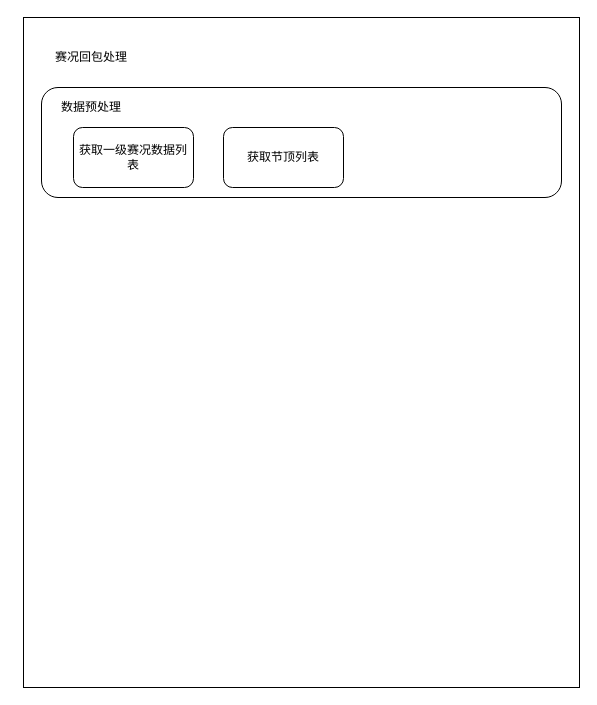
Above: Untitled Diagram.drawio in SGZoom/leetcode (draw.io), before the change. Source tidied: cells renumbered, new cells numbered last; positions are measured from the earlier drawing's top-left corner, leaving out a move shared by most shapes. Both pictures are drawn from the tidied source at 100%, with x=0, y=0 at pixel (17, 17).
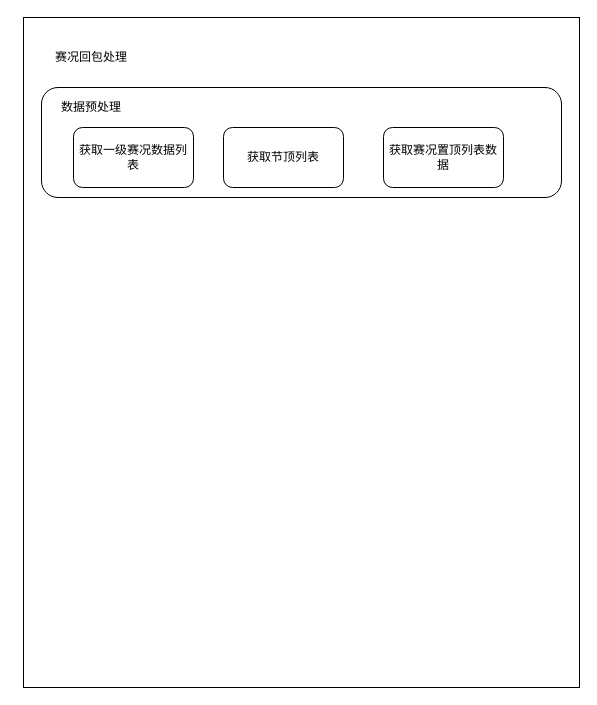
After the change.

Change to the diagram source:
```diff
@@
 <mxGraphModel>
   <root>
     <mxCell id="0" />
     <mxCell id="1" parent="0" />
     <mxCell id="2" style="rounded=0;whiteSpace=wrap;html=1;" parent="1" vertex="1">
       <mxGeometry x="6" width="556" height="670" as="geometry" />
     </mxCell>
     <mxCell id="3" value="赛况回包处理" style="text;html=1;strokeColor=none;fillColor=none;align=center;verticalAlign=middle;whiteSpace=wrap;rounded=0;" parent="1" vertex="1">
       <mxGeometry width="148" height="80" as="geometry" />
     </mxCell>
     <mxCell id="4" style="rounded=1;whiteSpace=wrap;html=1;" parent="1" vertex="1">
       <mxGeometry x="24" y="70" width="520" height="110" as="geometry" />
     </mxCell>
     <mxCell id="5" value="数据预处理" style="text;html=1;strokeColor=none;fillColor=none;align=center;verticalAlign=middle;whiteSpace=wrap;rounded=0;" parent="1" vertex="1">
       <mxGeometry x="38" y="80" width="72" height="20" as="geometry" />
     </mxCell>
     <mxCell id="6" value="获取一级赛况数据列表" style="rounded=1;whiteSpace=wrap;html=1;" parent="1" vertex="1">
       <mxGeometry x="56" y="110" width="120" height="60" as="geometry" />
     </mxCell>
     <mxCell id="7" value="获取节顶列表" style="rounded=1;whiteSpace=wrap;html=1;" parent="1" vertex="1">
       <mxGeometry x="206" y="110" width="120" height="60" as="geometry" />
     </mxCell>
+    <mxCell id="8" value="获取赛况置顶列表数据" style="rounded=1;whiteSpace=wrap;html=1;" parent="1" vertex="1">
+      <mxGeometry x="366" y="110" width="120" height="60" as="geometry" />
+    </mxCell>
   </root>
 </mxGraphModel>
```
